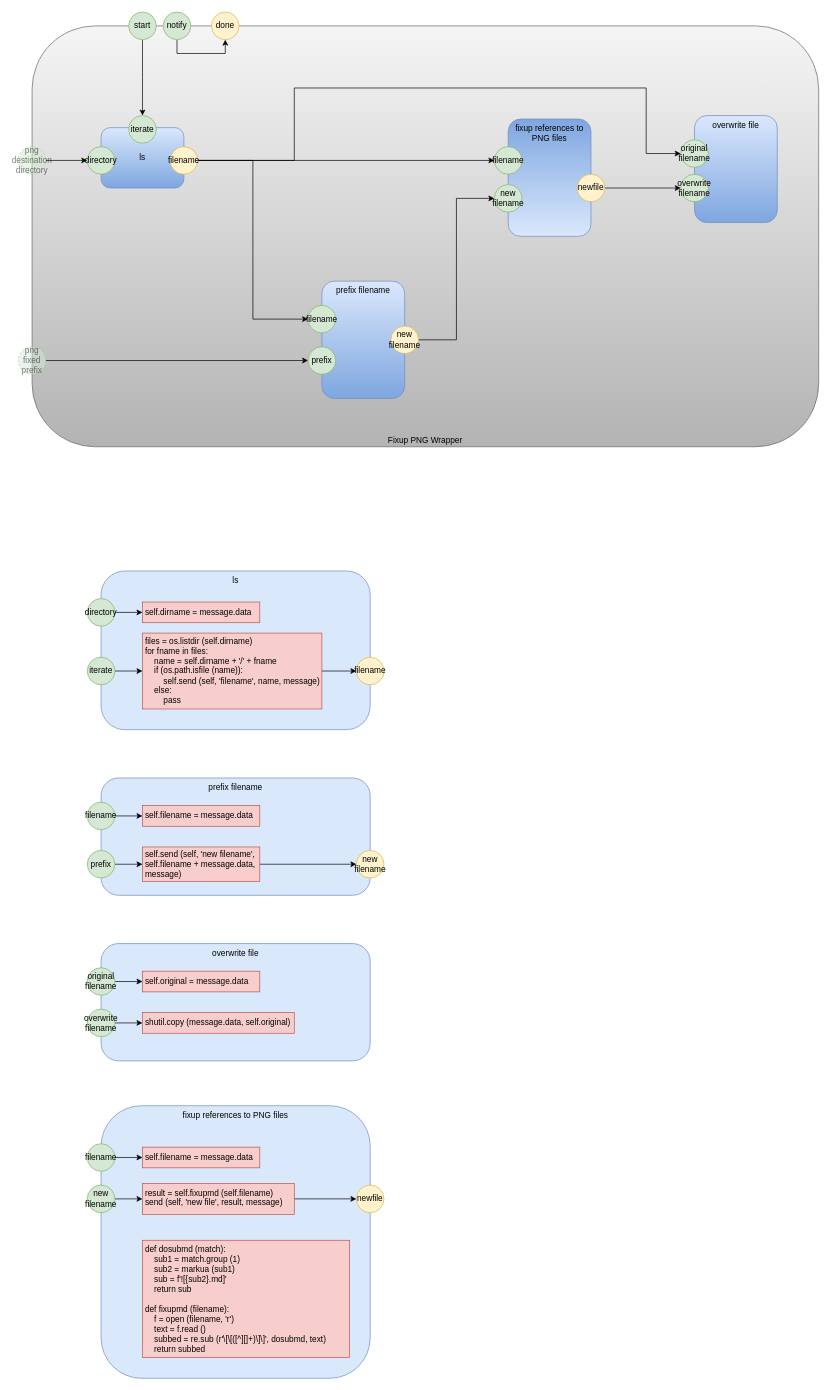
Earlier version of the draw.io diagram page "Fixup MD" (14 of 15) of pm.drawio (guitarvydas/pypm). Source tidied: cells renumbered, new cells numbered last; positions are measured from the earlier drawing's top-left corner, leaving out a move shared by most shapes. Both pictures are drawn from the tidied source at 69%, with x=0, y=0 at pixel (18, 12).
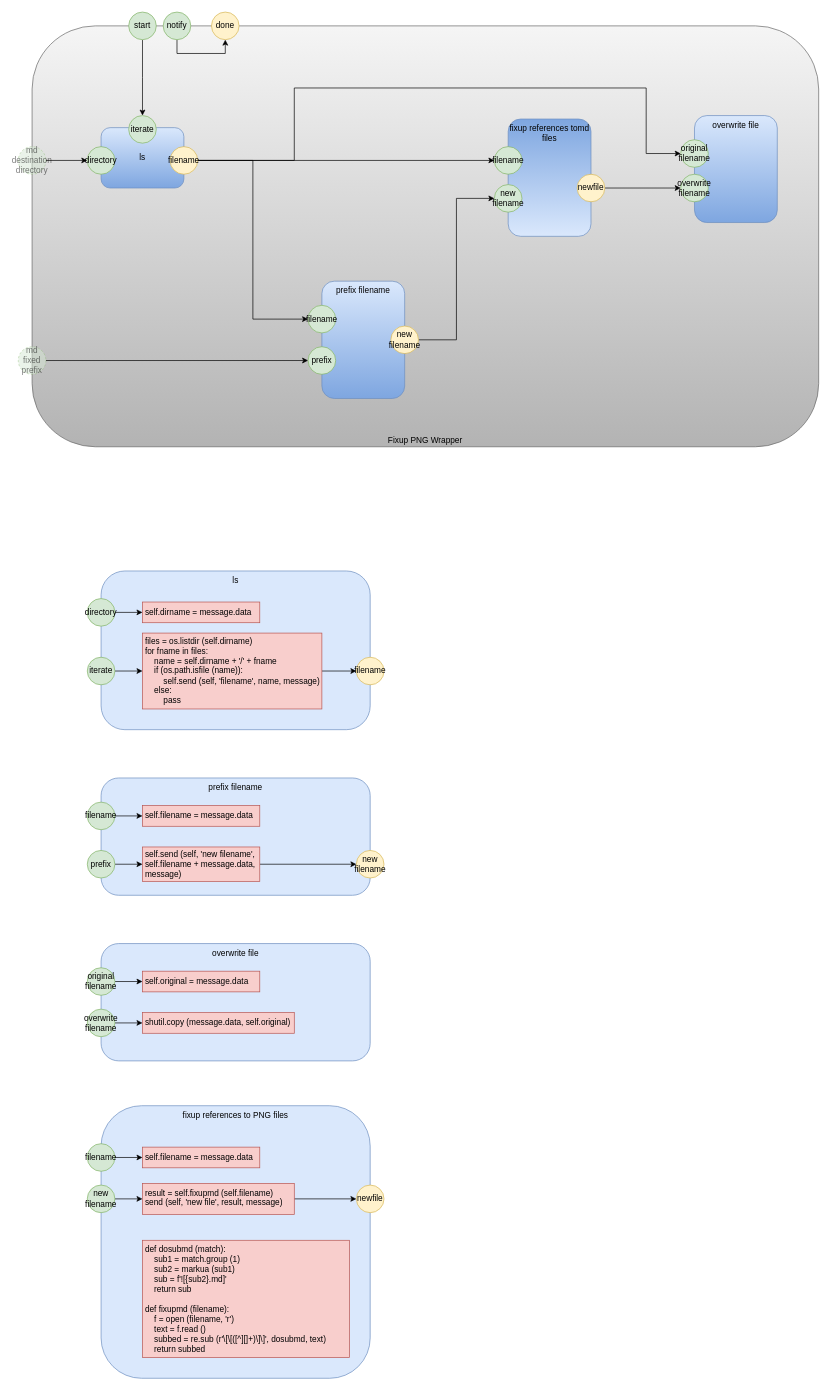
Above is the later version.

The edit, as a diff of the source:
```diff
@@
-    <mxCell id="3" value="fixup references to PNG files" style="rounded=1;whiteSpace=wrap;html=1;horizontal=1;verticalAlign=top;strokeColor=#6c8ebf;fillColor=#dae8fc;gradientColor=#7ea6e0;gradientDirection=north;" parent="1" vertex="1">
+    <mxCell id="3" value="fixup references tomd files" style="rounded=1;whiteSpace=wrap;html=1;horizontal=1;verticalAlign=top;strokeColor=#6c8ebf;fillColor=#dae8fc;gradientColor=#7ea6e0;gradientDirection=north;" parent="1" vertex="1">
       <mxGeometry x="710" y="155" width="120" height="170" as="geometry" />
     </mxCell>
@@
-    <mxCell id="13" value="png destination directory" style="ellipse;whiteSpace=wrap;html=1;fillColor=#d5e8d4;strokeColor=#82b366;dashed=1;opacity=50;textOpacity=50;" parent="1" vertex="1">
+    <mxCell id="13" value="md destination directory" style="ellipse;whiteSpace=wrap;html=1;fillColor=#d5e8d4;strokeColor=#82b366;dashed=1;opacity=50;textOpacity=50;" parent="1" vertex="1">
       <mxGeometry y="195" width="40" height="40" as="geometry" />
     </mxCell>
@@
-    <mxCell id="26" value="png fixed prefix" style="ellipse;whiteSpace=wrap;html=1;fillColor=#d5e8d4;strokeColor=#82b366;dashed=1;opacity=50;textOpacity=50;" parent="1" vertex="1">
+    <mxCell id="26" value="md fixed prefix" style="ellipse;whiteSpace=wrap;html=1;fillColor=#d5e8d4;strokeColor=#82b366;dashed=1;opacity=50;textOpacity=50;" parent="1" vertex="1">
       <mxGeometry y="485" width="40" height="40" as="geometry" />
     </mxCell>
```
